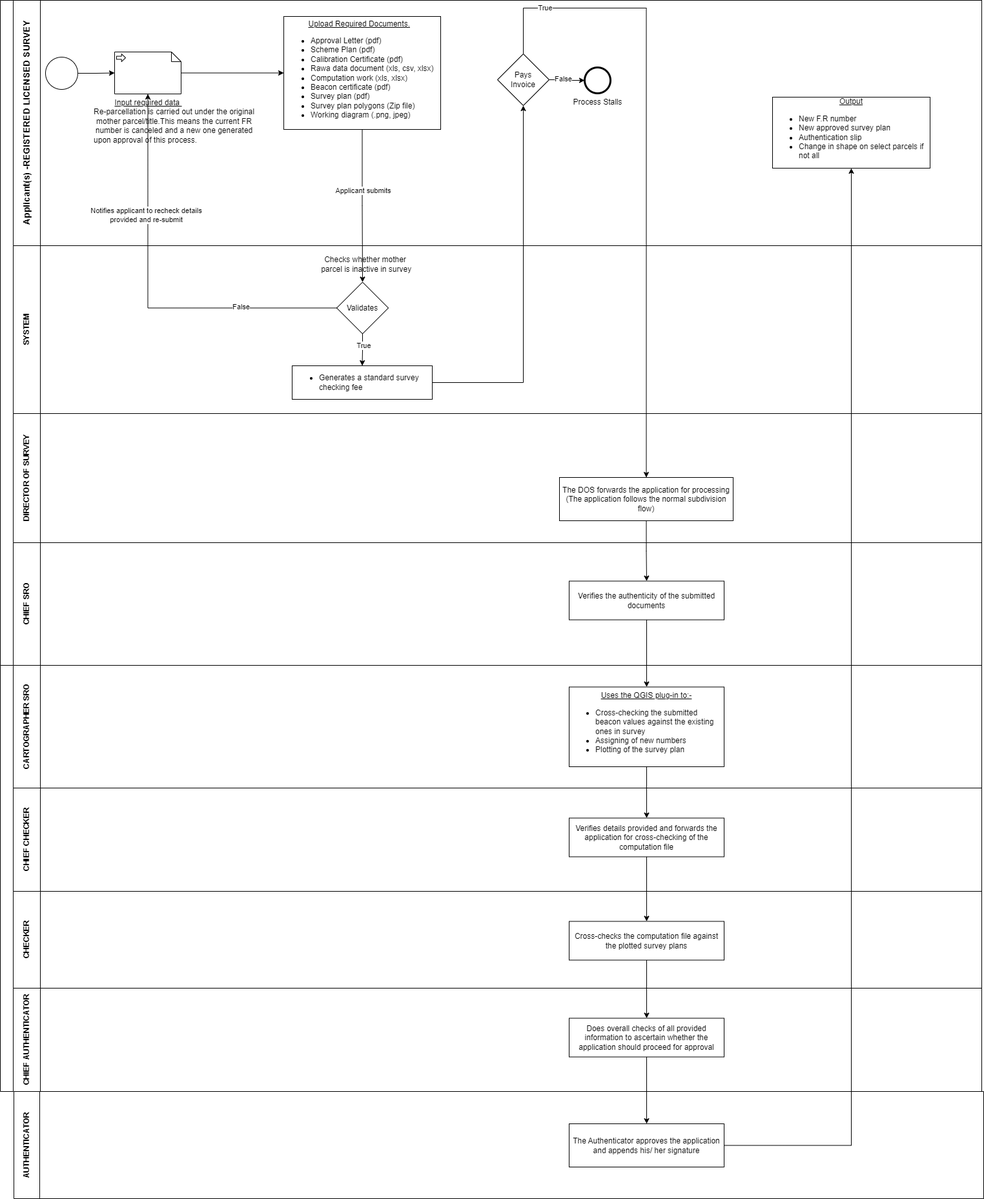
Before: Re-parcellation.drawio.png, a diagram exported from draw.io (pascalokoth/BPMN). Source tidied: cells renumbered, new cells last; positions are measured from the earlier drawing's top-left corner, leaving out a move shared by most shapes.
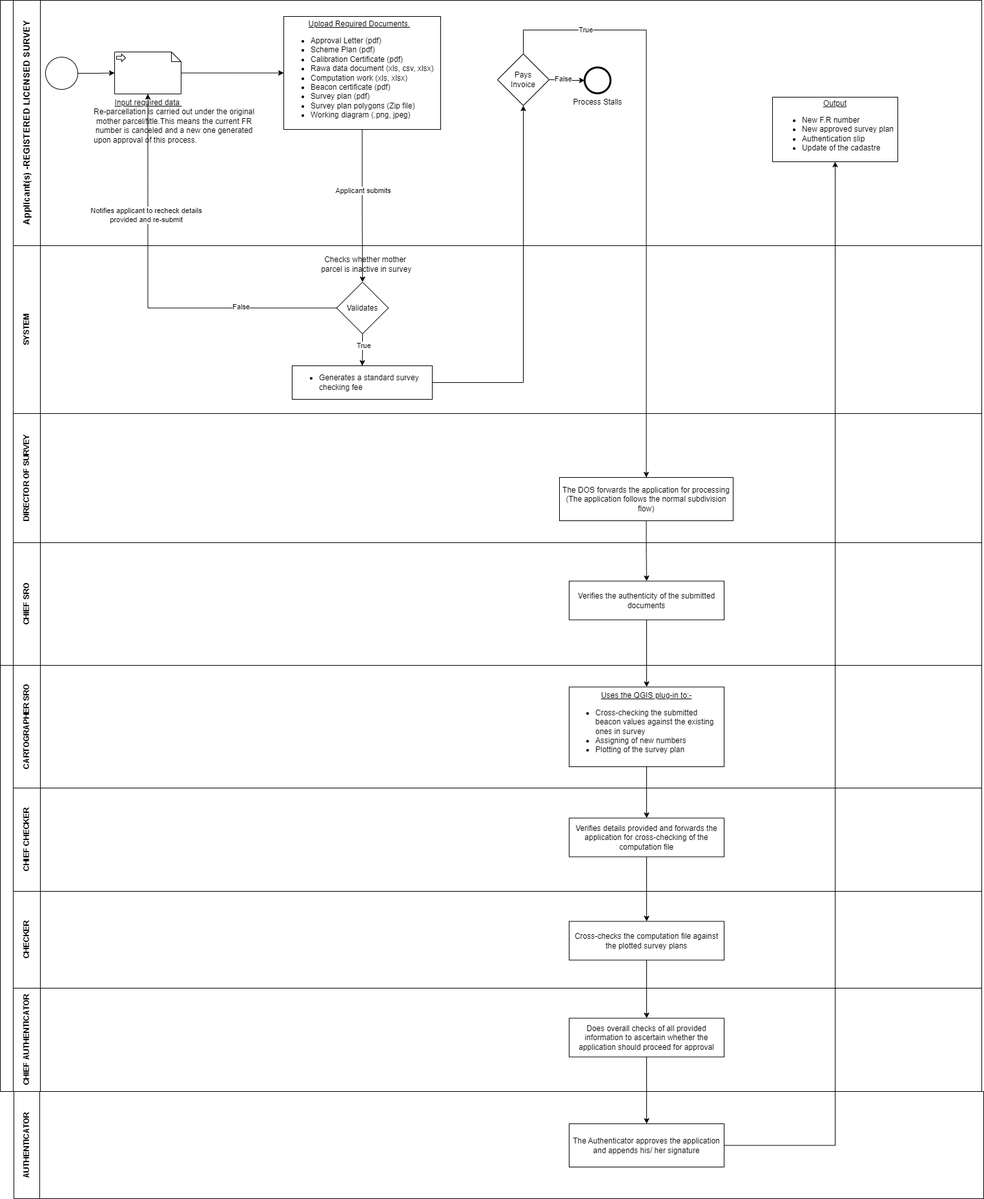
After the commit.

The edit, as a diff of the source:
```diff
@@ -43,8 +43,8 @@
     <mxCell id="14" value="Process Stalls" style="points=[[0.145,0.145,0],[0.5,0,0],[0.855,0.145,0],[1,0.5,0],[0.855,0.855,0],[0.5,1,0],[0.145,0.855,0],[0,0.5,0]];shape=mxgraph.bpmn.event;html=1;verticalLabelPosition=bottom;labelBackgroundColor=#ffffff;verticalAlign=top;align=center;perimeter=ellipsePerimeter;outlineConnect=0;outline=end;symbol=terminate2;" parent="5" vertex="1">
       <mxGeometry x="885" y="104" width="40" height="40" as="geometry" />
     </mxCell>
-    <mxCell id="15" value="&lt;u&gt;Output&lt;br&gt;&lt;/u&gt;&lt;ul style=&quot;&quot;&gt;&lt;li style=&quot;text-align: left;&quot;&gt;New F.R number&lt;/li&gt;&lt;li style=&quot;text-align: left;&quot;&gt;New approved survey plan&lt;/li&gt;&lt;li style=&quot;text-align: left;&quot;&gt;Authentication slip&lt;/li&gt;&lt;li style=&quot;text-align: left;&quot;&gt;Change in shape on select parcels if not all&lt;/li&gt;&lt;/ul&gt;" style="whiteSpace=wrap;html=1;" parent="5" vertex="1">
-      <mxGeometry x="1176" y="150" width="244" height="110" as="geometry" />
+    <mxCell id="15" value="&lt;u&gt;Output&lt;br&gt;&lt;/u&gt;&lt;ul style=&quot;&quot;&gt;&lt;li style=&quot;text-align: left;&quot;&gt;New F.R number&lt;/li&gt;&lt;li style=&quot;text-align: left;&quot;&gt;New approved survey plan&lt;/li&gt;&lt;li style=&quot;text-align: left;&quot;&gt;Authentication slip&lt;/li&gt;&lt;li style=&quot;text-align: left;&quot;&gt;Update of the cadastre&lt;/li&gt;&lt;/ul&gt;" style="whiteSpace=wrap;html=1;" parent="5" vertex="1">
+      <mxGeometry x="1176" y="150" width="194" height="100" as="geometry" />
     </mxCell>
     <mxCell id="16" value="SYSTEM" style="swimlane;html=1;startSize=42;horizontal=0;" parent="2" vertex="1">
       <mxGeometry x="20" y="380" width="1500" height="260" as="geometry" />
@@ -94,14 +94,14 @@
     <mxCell id="31" style="edgeStyle=orthogonalEdgeStyle;rounded=0;jettySize=auto;html=1;exitX=0.5;exitY=0;exitDx=0;exitDy=0;entryX=0.5;entryY=0;entryDx=0;entryDy=0;" parent="1" edge="1" source="13" target="30">
       <mxGeometry relative="1" as="geometry">
         <Array as="points">
-          <mxPoint x="810" y="12" />
-          <mxPoint x="1000" y="12" />
+          <mxPoint x="810" y="46" />
+          <mxPoint x="1001" y="46" />
         </Array>
       </mxGeometry>
     </mxCell>
     <mxCell id="32" value="True" style="edgeLabel;html=1;align=center;verticalAlign=middle;" parent="31" vertex="1">
       <mxGeometry x="-0.63" y="2" relative="1" as="geometry">
-        <mxPoint x="-80" y="1" as="offset" />
+        <mxPoint x="-38" y="1" as="offset" />
       </mxGeometry>
     </mxCell>
     <mxCell id="33" style="swimlane;html=1;horizontal=0;startSize=20;whiteSpace=wrap;" parent="1" vertex="1">
```
